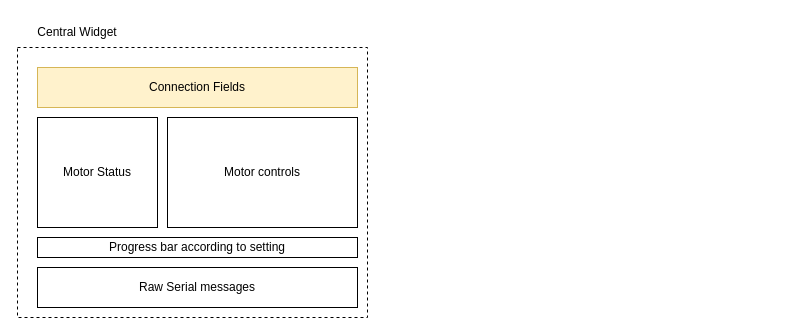
Earlier version of the draw.io diagram page "GUI" (4 of 4) of design/block_diagram.drawio (Wauro21/SMC). Source tidied: cells renumbered, new cells numbered last; positions are measured from the earlier drawing's top-left corner, leaving out a move shared by most shapes. Both pictures are drawn from the tidied source at 100%, with x=0, y=0 at pixel (17, 17).
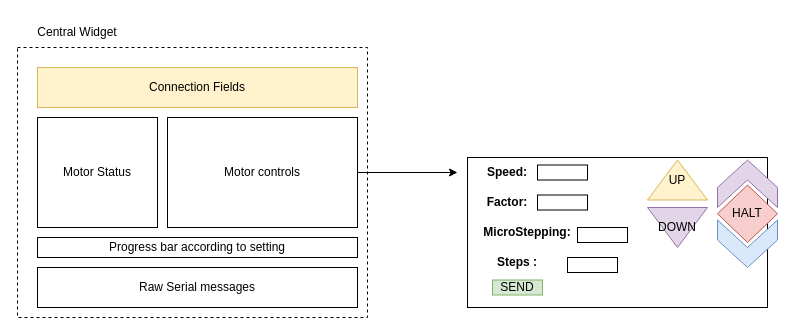
Above is the later version.

Unchanged cells that the change refers to:
```xml
<mxCell id="7" value="Motor controls" style="rounded=0;whiteSpace=wrap;html=1;" parent="1" vertex="1">
  <mxGeometry x="150" y="100" width="190" height="110" as="geometry" />
</mxCell>
```

Change to the diagram source:
```diff
@@
+    <mxCell id="9" style="rounded=0;whiteSpace=wrap;html=1;" parent="1" vertex="1">
+      <mxGeometry x="450" y="140" width="300" height="150" as="geometry" />
+    </mxCell>
@@
+    <mxCell id="10" style="endArrow=classic;html=1;rounded=0;" parent="1" edge="1" source="7">
+      <mxGeometry relative="1" as="geometry">
+        <mxPoint x="440" y="155" as="targetPoint" />
+      </mxGeometry>
+    </mxCell>
+    <mxCell id="11" style="rounded=0;whiteSpace=wrap;html=1;" parent="1" vertex="1">
+      <mxGeometry x="520" y="147.5" width="50" height="15" as="geometry" />
+    </mxCell>
+    <mxCell id="12" value="&lt;b&gt;Speed:&lt;/b&gt;" style="text;html=1;strokeColor=none;fillColor=none;align=center;verticalAlign=middle;whiteSpace=wrap;rounded=0;" parent="1" vertex="1">
+      <mxGeometry x="460" y="140" width="60" height="30" as="geometry" />
+    </mxCell>
+    <mxCell id="13" style="rounded=0;whiteSpace=wrap;html=1;" parent="1" vertex="1">
+      <mxGeometry x="560" y="210" width="50" height="15" as="geometry" />
+    </mxCell>
+    <mxCell id="14" value="&lt;b&gt;MicroStepping:&lt;/b&gt;" style="text;html=1;strokeColor=none;fillColor=none;align=center;verticalAlign=middle;whiteSpace=wrap;rounded=0;" parent="1" vertex="1">
+      <mxGeometry x="480" y="200" width="60" height="30" as="geometry" />
+    </mxCell>
+    <mxCell id="15" style="rounded=0;whiteSpace=wrap;html=1;" parent="1" vertex="1">
+      <mxGeometry x="550" y="240" width="50" height="15" as="geometry" />
+    </mxCell>
+    <mxCell id="16" value="&lt;b&gt;Steps :&lt;/b&gt;" style="text;html=1;strokeColor=none;fillColor=none;align=center;verticalAlign=middle;whiteSpace=wrap;rounded=0;" parent="1" vertex="1">
+      <mxGeometry x="470" y="230" width="60" height="30" as="geometry" />
+    </mxCell>
+    <mxCell id="17" value="HALT" style="rhombus;whiteSpace=wrap;html=1;fillColor=#f8cecc;strokeColor=#b85450;" parent="1" vertex="1">
+      <mxGeometry x="700" y="167.5" width="60" height="57.5" as="geometry" />
+    </mxCell>
+    <mxCell id="18" style="rounded=0;whiteSpace=wrap;html=1;" parent="1" vertex="1">
+      <mxGeometry x="520" y="177.5" width="50" height="15" as="geometry" />
+    </mxCell>
+    <mxCell id="19" value="&lt;b&gt;Factor:&lt;/b&gt;" style="text;html=1;strokeColor=none;fillColor=none;align=center;verticalAlign=middle;whiteSpace=wrap;rounded=0;" parent="1" vertex="1">
+      <mxGeometry x="460" y="170" width="60" height="30" as="geometry" />
+    </mxCell>
+    <mxCell id="20" style="shape=step;perimeter=stepPerimeter;whiteSpace=wrap;html=1;fixedSize=1;direction=south;size=27.5;fillColor=#dae8fc;strokeColor=#6c8ebf;" parent="1" vertex="1">
+      <mxGeometry x="700" y="202.5" width="60" height="47.5" as="geometry" />
+    </mxCell>
+    <mxCell id="21" style="shape=step;perimeter=stepPerimeter;whiteSpace=wrap;html=1;fixedSize=1;direction=north;size=27.5;fillColor=#e1d5e7;strokeColor=#9673a6;" parent="1" vertex="1">
+      <mxGeometry x="700" y="142.5" width="60" height="47.5" as="geometry" />
+    </mxCell>
+    <mxCell id="22" value="UP" style="triangle;whiteSpace=wrap;html=1;direction=north;fillColor=#fff2cc;strokeColor=#d6b656;" parent="1" vertex="1">
+      <mxGeometry x="630" y="142.5" width="60" height="40" as="geometry" />
+    </mxCell>
+    <mxCell id="23" value="DOWN" style="triangle;whiteSpace=wrap;html=1;direction=south;fillColor=#e1d5e7;strokeColor=#9673a6;" parent="1" vertex="1">
+      <mxGeometry x="630" y="190" width="60" height="40" as="geometry" />
+    </mxCell>
+    <mxCell id="24" value="SEND" style="rounded=0;whiteSpace=wrap;html=1;fillColor=#d5e8d4;strokeColor=#82b366;" parent="1" vertex="1">
+      <mxGeometry x="475" y="262.5" width="50" height="15" as="geometry" />
+    </mxCell>
```
